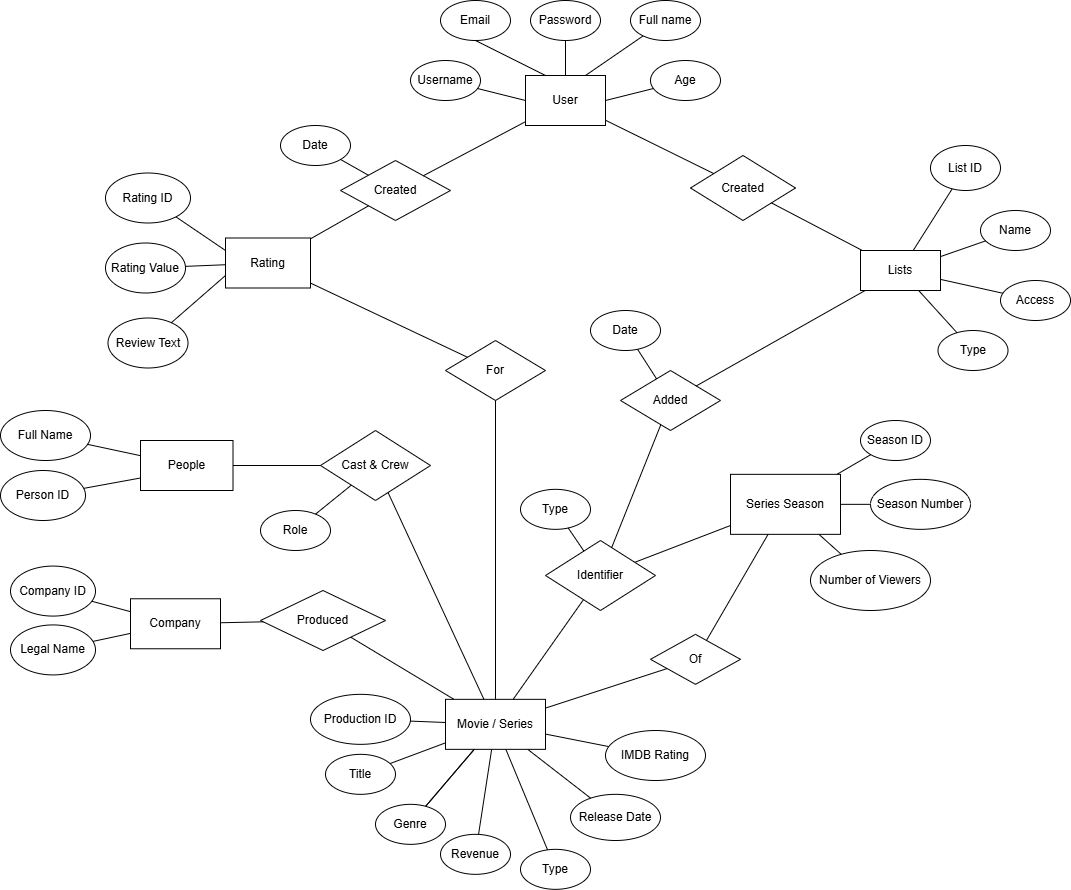
The draw.io diagram ER_diagram.png in Pedram2004/movie-review-database, before a commit. Source tidied: cells renumbered, new cells last; positions are measured from the earlier drawing's top-left corner, leaving out a move shared by most shapes.
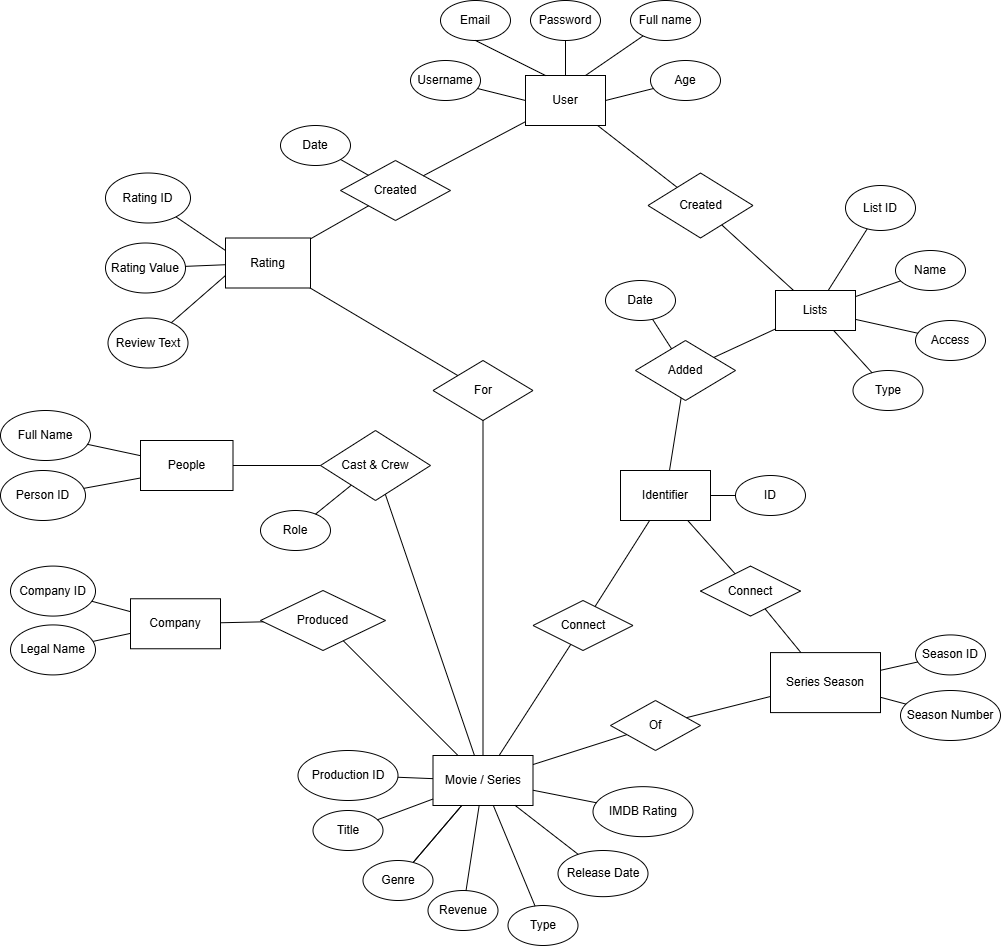
Later version of the same file.

Commit message:
Identifier changed to be an entity connected to both Movie / Series and Season Number of Viewer from Season eliminated

What changed in the source:
```diff
@@ -57,19 +57,19 @@
       <mxGeometry relative="1" as="geometry" />
     </mxCell>
     <mxCell id="20" value="Movie / Series" style="rounded=0;whiteSpace=wrap;html=1;" parent="1" vertex="1">
-      <mxGeometry x="445" y="698.8" width="100" height="50" as="geometry" />
+      <mxGeometry x="432.5" y="755" width="100" height="50" as="geometry" />
     </mxCell>
     <mxCell id="21" value="Title" style="ellipse;whiteSpace=wrap;html=1;" parent="1" vertex="1">
-      <mxGeometry x="325" y="753.8" width="70" height="40" as="geometry" />
+      <mxGeometry x="312.5" y="810" width="70" height="40" as="geometry" />
     </mxCell>
     <mxCell id="22" value="IMDB Rating" style="ellipse;whiteSpace=wrap;html=1;" parent="1" vertex="1">
-      <mxGeometry x="605" y="730" width="100" height="50" as="geometry" />
+      <mxGeometry x="592.5" y="786.2" width="100" height="50" as="geometry" />
     </mxCell>
     <mxCell id="23" value="Revenue" style="ellipse;whiteSpace=wrap;html=1;" parent="1" vertex="1">
-      <mxGeometry x="440" y="833.8" width="70" height="40" as="geometry" />
+      <mxGeometry x="427.5" y="890" width="70" height="40" as="geometry" />
     </mxCell>
     <mxCell id="24" value="Release Date" style="ellipse;whiteSpace=wrap;html=1;" parent="1" vertex="1">
-      <mxGeometry x="570" y="793.8" width="90" height="46.2" as="geometry" />
+      <mxGeometry x="557.5" y="850" width="90" height="46.2" as="geometry" />
     </mxCell>
     <mxCell id="25" style="endArrow=none;html=1;rounded=0;fontSize=12;startSize=8;endSize=8;curved=1;" parent="1" edge="1" source="21" target="20">
       <mxGeometry relative="1" as="geometry" />
@@ -102,7 +102,7 @@
       <mxGeometry relative="1" as="geometry" />
     </mxCell>
     <mxCell id="35" value="For" style="rhombus;whiteSpace=wrap;html=1;" parent="1" vertex="1">
-      <mxGeometry x="445" y="340" width="100" height="60" as="geometry" />
+      <mxGeometry x="432.5" y="360" width="100" height="60" as="geometry" />
     </mxCell>
     <mxCell id="36" style="endArrow=none;html=1;rounded=0;fontSize=12;startSize=8;endSize=8;curved=1;" parent="1" edge="1" source="15" target="35">
       <mxGeometry relative="1" as="geometry" />
@@ -111,16 +111,16 @@
       <mxGeometry relative="1" as="geometry" />
     </mxCell>
     <mxCell id="38" value="Access" style="ellipse;whiteSpace=wrap;html=1;" parent="1" vertex="1">
-      <mxGeometry x="1000" y="280" width="70" height="40" as="geometry" />
+      <mxGeometry x="915" y="320" width="70" height="40" as="geometry" />
     </mxCell>
     <mxCell id="39" value="Lists" style="rounded=0;whiteSpace=wrap;html=1;" parent="1" vertex="1">
-      <mxGeometry x="860" y="250" width="80" height="40" as="geometry" />
+      <mxGeometry x="775" y="290" width="80" height="40" as="geometry" />
     </mxCell>
     <mxCell id="40" value="Type" style="ellipse;whiteSpace=wrap;html=1;" parent="1" vertex="1">
-      <mxGeometry x="937.5" y="330" width="70" height="40" as="geometry" />
+      <mxGeometry x="852.5" y="370" width="70" height="40" as="geometry" />
     </mxCell>
     <mxCell id="41" value="Name" style="ellipse;whiteSpace=wrap;html=1;" parent="1" vertex="1">
-      <mxGeometry x="980" y="210" width="70" height="40" as="geometry" />
+      <mxGeometry x="895" y="250" width="70" height="40" as="geometry" />
     </mxCell>
     <mxCell id="42" style="endArrow=none;html=1;rounded=0;fontSize=12;startSize=8;endSize=8;curved=1;" parent="1" edge="1" source="39" target="41">
       <mxGeometry relative="1" as="geometry" />
@@ -132,7 +132,7 @@
       <mxGeometry relative="1" as="geometry" />
     </mxCell>
     <mxCell id="45" value="Created" style="rhombus;whiteSpace=wrap;html=1;" parent="1" vertex="1">
-      <mxGeometry x="690" y="155" width="105" height="65" as="geometry" />
+      <mxGeometry x="647.5" y="172.5" width="105" height="65" as="geometry" />
     </mxCell>
     <mxCell id="46" style="endArrow=none;html=1;rounded=0;fontSize=12;startSize=8;endSize=8;curved=1;" parent="1" edge="1" source="2" target="45">
       <mxGeometry relative="1" as="geometry" />
@@ -141,7 +141,7 @@
       <mxGeometry relative="1" as="geometry" />
     </mxCell>
     <mxCell id="48" value="Added" style="rhombus;whiteSpace=wrap;html=1;" parent="1" vertex="1">
-      <mxGeometry x="620" y="370" width="100" height="60" as="geometry" />
+      <mxGeometry x="635" y="340" width="100" height="60" as="geometry" />
     </mxCell>
     <mxCell id="49" style="endArrow=none;html=1;rounded=0;fontSize=12;startSize=8;endSize=8;curved=1;" parent="1" edge="1" source="48" target="39">
       <mxGeometry relative="1" as="geometry" />
@@ -165,7 +165,7 @@
       <mxGeometry relative="1" as="geometry" />
     </mxCell>
     <mxCell id="56" value="Date" style="ellipse;whiteSpace=wrap;html=1;" parent="1" vertex="1">
-      <mxGeometry x="590" y="310" width="70" height="40" as="geometry" />
+      <mxGeometry x="605" y="280" width="70" height="40" as="geometry" />
     </mxCell>
     <mxCell id="57" style="endArrow=none;html=1;rounded=0;fontSize=12;startSize=8;endSize=8;curved=1;" parent="1" edge="1" source="48" target="56">
       <mxGeometry relative="1" as="geometry" />
@@ -198,7 +198,7 @@
       <mxGeometry relative="1" as="geometry" />
     </mxCell>
     <mxCell id="67" value="List ID" style="ellipse;whiteSpace=wrap;html=1;" parent="1" vertex="1">
-      <mxGeometry x="930" y="145" width="70" height="45" as="geometry" />
+      <mxGeometry x="845" y="185" width="70" height="45" as="geometry" />
     </mxCell>
     <mxCell id="68" style="endArrow=none;html=1;rounded=0;" parent="1" edge="1" source="39" target="67">
       <mxGeometry relative="1" as="geometry" />
@@ -210,7 +210,7 @@
       <mxGeometry relative="1" as="geometry" />
     </mxCell>
     <mxCell id="71" value="Production ID" style="ellipse;whiteSpace=wrap;html=1;" parent="1" vertex="1">
-      <mxGeometry x="310" y="693.8" width="100" height="50" as="geometry" />
+      <mxGeometry x="297.5" y="750" width="100" height="50" as="geometry" />
     </mxCell>
     <mxCell id="72" style="endArrow=none;html=1;rounded=0;" parent="1" edge="1" source="71" target="20">
       <mxGeometry relative="1" as="geometry" />
@@ -222,16 +222,13 @@
       <mxGeometry relative="1" as="geometry" />
     </mxCell>
     <mxCell id="75" value="Series Season" style="rounded=0;whiteSpace=wrap;html=1;" parent="1" vertex="1">
-      <mxGeometry x="730" y="473.8" width="110" height="60" as="geometry" />
+      <mxGeometry x="770" y="652.1" width="110" height="60" as="geometry" />
     </mxCell>
     <mxCell id="76" value="Season ID" style="ellipse;whiteSpace=wrap;html=1;" parent="1" vertex="1">
-      <mxGeometry x="860" y="420" width="70" height="40" as="geometry" />
+      <mxGeometry x="915" y="634.4" width="70" height="40" as="geometry" />
     </mxCell>
-    <mxCell id="77" value="Number of Viewers" style="ellipse;whiteSpace=wrap;html=1;" parent="1" vertex="1">
-      <mxGeometry x="810" y="550" width="120" height="60" as="geometry" />
-    </mxCell>
     <mxCell id="78" value="Season Number" style="ellipse;whiteSpace=wrap;html=1;" parent="1" vertex="1">
-      <mxGeometry x="870" y="478.8" width="100" height="50" as="geometry" />
+      <mxGeometry x="900" y="690" width="100" height="50" as="geometry" />
     </mxCell>
     <mxCell id="79" style="endArrow=none;html=1;rounded=0;" parent="1" edge="1" source="75" target="76">
       <mxGeometry relative="1" as="geometry" />
@@ -239,11 +236,8 @@
     <mxCell id="80" style="endArrow=none;html=1;rounded=0;" parent="1" edge="1" source="75" target="78">
       <mxGeometry relative="1" as="geometry" />
     </mxCell>
-    <mxCell id="81" style="endArrow=none;html=1;rounded=0;" parent="1" edge="1" source="75" target="77">
-      <mxGeometry relative="1" as="geometry" />
-    </mxCell>
     <mxCell id="82" value="Of" style="rhombus;whiteSpace=wrap;html=1;" parent="1" vertex="1">
-      <mxGeometry x="650" y="633.8" width="90" height="50" as="geometry" />
+      <mxGeometry x="610" y="700" width="90" height="50" as="geometry" />
     </mxCell>
     <mxCell id="83" style="endArrow=none;html=1;rounded=0;" parent="1" edge="1" source="82" target="75">
       <mxGeometry relative="1" as="geometry" />
@@ -255,7 +249,7 @@
       <mxGeometry relative="1" as="geometry" />
     </mxCell>
     <mxCell id="86" value="Type" style="ellipse;whiteSpace=wrap;html=1;" parent="1" vertex="1">
-      <mxGeometry x="520" y="848.8" width="70" height="40" as="geometry" />
+      <mxGeometry x="507.5" y="905" width="70" height="40" as="geometry" />
     </mxCell>
     <mxCell id="87" style="endArrow=none;html=1;rounded=0;" parent="1" edge="1" source="89" target="20">
       <mxGeometry relative="1" as="geometry" />
@@ -264,25 +258,37 @@
       <mxGeometry relative="1" as="geometry" />
     </mxCell>
     <mxCell id="89" value="Genre" style="ellipse;whiteSpace=wrap;html=1;rotation=0;" parent="1" vertex="1">
-      <mxGeometry x="375" y="803.8" width="70" height="40" as="geometry" />
+      <mxGeometry x="362.5" y="860" width="70" height="40" as="geometry" />
     </mxCell>
-    <mxCell id="90" value="Identifier" style="rhombus;whiteSpace=wrap;html=1;" parent="1" vertex="1">
-      <mxGeometry x="545" y="540" width="110" height="70" as="geometry" />
+    <mxCell id="90" value="Identifier" style="rounded=0;whiteSpace=wrap;html=1;" parent="1" vertex="1">
+      <mxGeometry x="620" y="470" width="90" height="50" as="geometry" />
     </mxCell>
-    <mxCell id="91" style="endArrow=none;html=1;rounded=0;" parent="1" edge="1" source="20" target="90">
-      <mxGeometry relative="1" as="geometry" />
-    </mxCell>
-    <mxCell id="92" style="endArrow=none;html=1;rounded=0;" parent="1" edge="1" source="75" target="90">
-      <mxGeometry relative="1" as="geometry" />
-    </mxCell>
     <mxCell id="93" style="endArrow=none;html=1;rounded=0;" parent="1" edge="1" source="90" target="48">
       <mxGeometry relative="1" as="geometry" />
     </mxCell>
-    <mxCell id="94" value="Type" style="ellipse;whiteSpace=wrap;html=1;" parent="1" vertex="1">
-      <mxGeometry x="520" y="488.8" width="70" height="40" as="geometry" />
-    </mxCell>
-    <mxCell id="95" style="endArrow=none;html=1;rounded=0;" parent="1" edge="1" source="90" target="94">
-      <mxGeometry relative="1" as="geometry" />
-    </mxCell>
+    <mxCell id="96" value="ID" style="ellipse;whiteSpace=wrap;html=1;" parent="1" vertex="1">
+      <mxGeometry x="735" y="475" width="70" height="40" as="geometry" />
+    </mxCell>
+    <mxCell id="97" style="endArrow=none;html=1;rounded=0;" parent="1" edge="1" source="90" target="96">
+      <mxGeometry relative="1" as="geometry" />
+    </mxCell>
+    <mxCell id="98" value="Connect" style="rhombus;whiteSpace=wrap;html=1;" parent="1" vertex="1">
+      <mxGeometry x="700" y="565.6" width="100" height="50" as="geometry" />
+    </mxCell>
+    <mxCell id="99" value="Connect" style="rhombus;whiteSpace=wrap;html=1;" parent="1" vertex="1">
+      <mxGeometry x="532.5" y="600" width="100" height="50" as="geometry" />
+    </mxCell>
+    <mxCell id="100" style="endArrow=none;html=1;rounded=0;" parent="1" edge="1" source="99" target="90">
+      <mxGeometry relative="1" as="geometry" />
+    </mxCell>
+    <mxCell id="101" style="endArrow=none;html=1;rounded=0;" parent="1" edge="1" source="20" target="99">
+      <mxGeometry relative="1" as="geometry" />
+    </mxCell>
+    <mxCell id="102" style="endArrow=none;html=1;rounded=0;" parent="1" edge="1" source="90" target="98">
+      <mxGeometry relative="1" as="geometry" />
+    </mxCell>
+    <mxCell id="103" style="endArrow=none;html=1;rounded=0;" parent="1" edge="1" source="75" target="98">
+      <mxGeometry relative="1" as="geometry" />
+    </mxCell>
   </root>
 </mxGraphModel>
```
